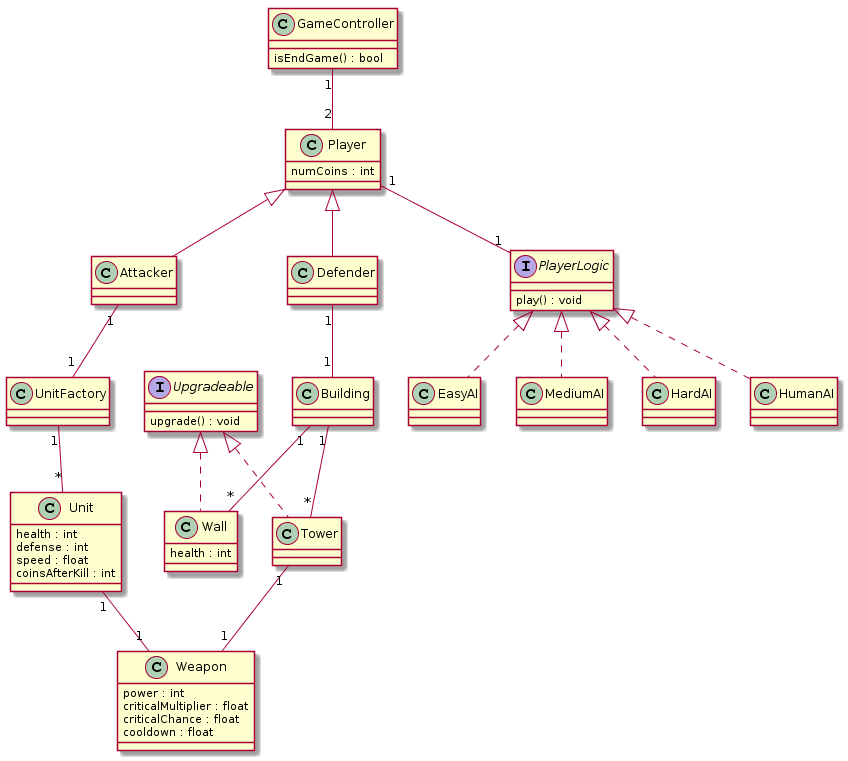
Earlier version of the PlantUML export uml_diagrams/classDiagram.png (NestorTejero/ES2016B).
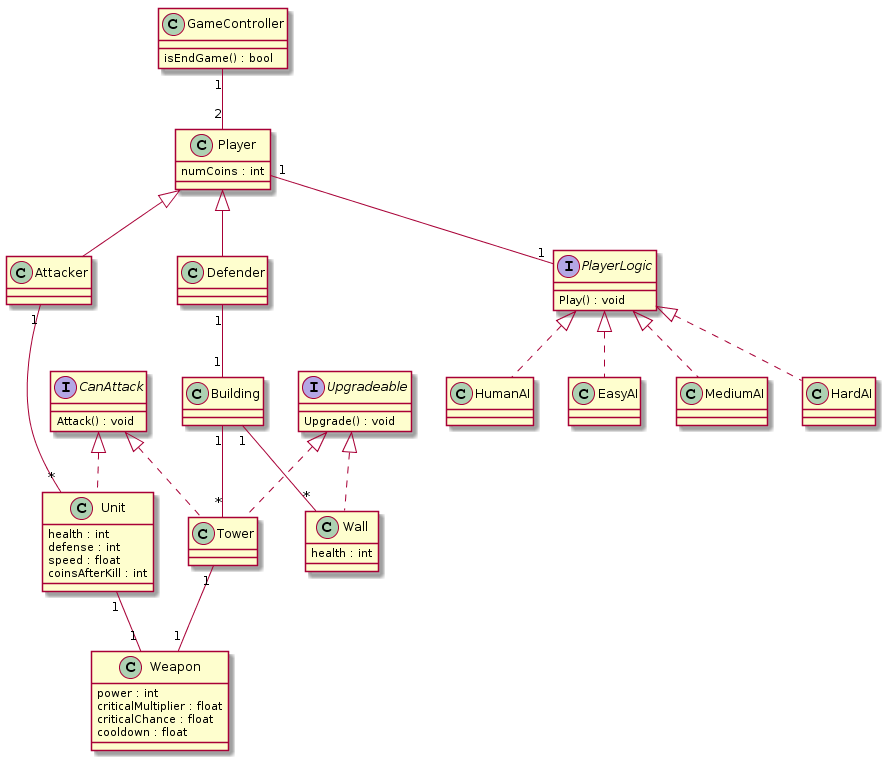
Later version of the same file.

Commit message:
Added CanAttack interface and modified diagram

Diff of the diagram source:
```diff
@@ -16,8 +16,13 @@
 
 GameController "1" -- "2" Player
 
+
+interface CanAttack {
+    Attack() : void
+}
+
 interface PlayerLogic {
-    play() : void
+    Play() : void
 }
 
 class HumanAI implements PlayerLogic {
@@ -32,10 +37,10 @@
 Player "1" -- "1" PlayerLogic
 
 interface Upgradeable {
-    upgrade() : void
+    Upgrade() : void
 }
 
-class Unit {
+class Unit implements CanAttack{
     health : int
     defense : int
     speed : float
@@ -43,12 +48,7 @@
 
 }
 
-class UnitFactory {
-
-}
-
-Attacker "1" -- "1" UnitFactory
-UnitFactory "1" -- "*" Unit
+Attacker "1" -- "*" Unit
 
 class Weapon {
     power : int
@@ -65,7 +65,7 @@
 
 Defender "1" -- "1" Building
 
-class Tower implements Upgradeable{
+class Tower implements Upgradeable, CanAttack{
 }
 
 Building "1" -- "*" Tower
```
